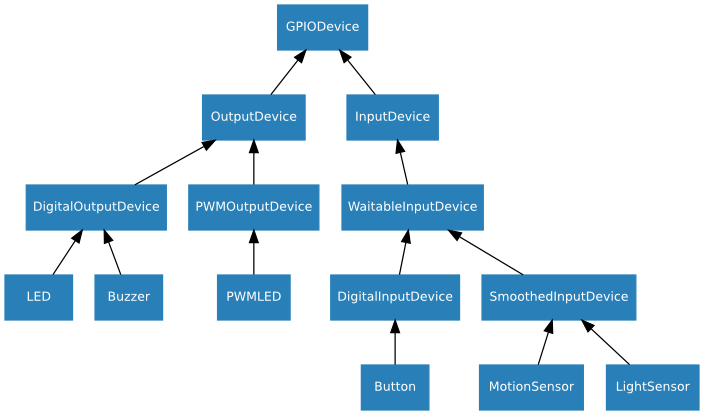
This is docs/images/gpio_device_hierarchy.png from gpiozero/gpiozero, a Graphviz export, as it was before one commit. Its source is kept beside it as docs/images/gpio_device_hierarchy.dot.
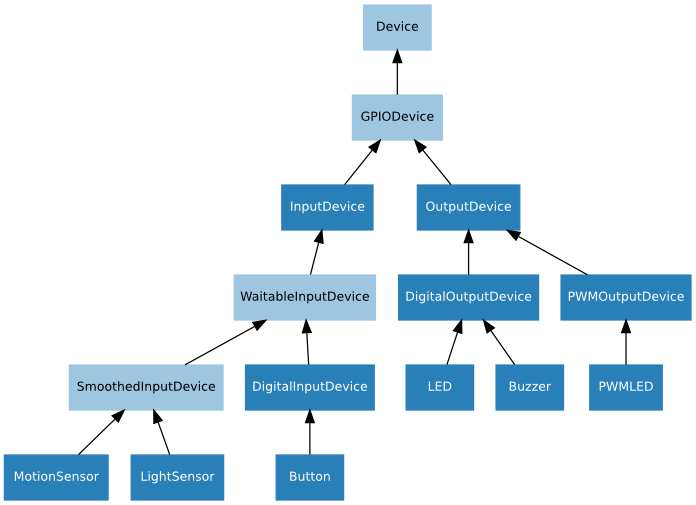
Above is the later version.

Diff of the diagram source:
```diff
@@ -2,9 +2,20 @@
 
 digraph classes {
     graph [rankdir=BT];
-    node [shape=rect, style=filled, color="#2980b9", fontname=Sans, fontcolor="#ffffff", fontsize=10];
+    node [shape=rect, style=filled, fontname=Sans, fontsize=10];
     edge [];
 
+    /* Abstract classes */
+    node [color="#9ec6e0", fontcolor="#000000"]
+    Device;
+    GPIODevice;
+    WaitableInputDevice;
+    SmoothedInputDevice;
+
+    /* Concrete classes */
+    node [color="#2980b9", fontcolor="#ffffff"];
+
+    GPIODevice->Device;
     InputDevice->GPIODevice;
     WaitableInputDevice->InputDevice;
     DigitalInputDevice->WaitableInputDevice;
```
